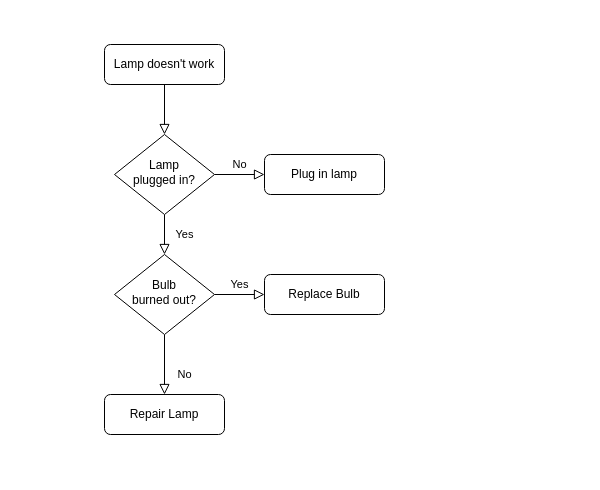
The draw.io diagram examples/Untitled Diagram.drawio in feistiny/c_study, before the edit. Source tidied: cells renumbered, new cells numbered last; positions are measured from the earlier drawing's top-left corner, leaving out a move shared by most shapes. Both pictures are drawn from the tidied source at 100%, with x=0, y=0 at pixel (104, 44).
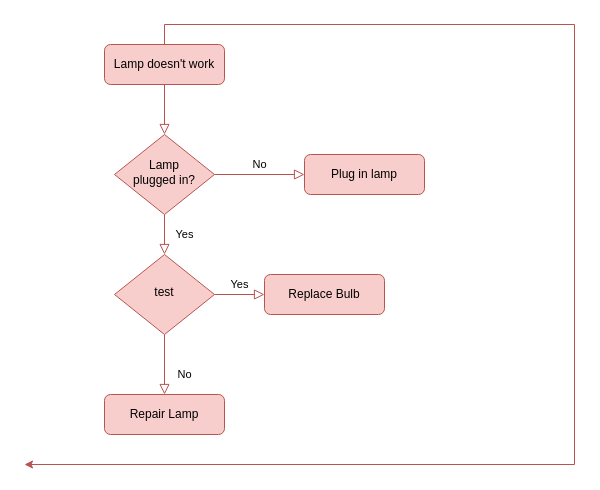
The same page after the edit.

Diff of the diagram source:
```diff
@@
 <mxGraphModel>
   <root>
     <mxCell id="0" />
     <mxCell id="1" parent="0" />
-    <mxCell id="2" style="rounded=0;html=1;jettySize=auto;fontSize=11;endArrow=block;endFill=0;endSize=8;strokeWidth=1;shadow=0;labelBackgroundColor=none;edgeStyle=orthogonalEdgeStyle;" parent="1" edge="1" source="3" target="6">
+    <mxCell id="2" style="rounded=0;html=1;jettySize=auto;fontSize=11;endArrow=block;endFill=0;endSize=8;strokeWidth=1;shadow=0;labelBackgroundColor=none;edgeStyle=orthogonalEdgeStyle;fillColor=#f8cecc;strokeColor=#b85450;" parent="1" edge="1" source="3" target="6">
       <mxGeometry relative="1" as="geometry" />
     </mxCell>
+    <mxCell id="13" style="edgeStyle=orthogonalEdgeStyle;rounded=0;jettySize=auto;html=1;exitX=0.5;exitY=0;exitDx=0;exitDy=0;fillColor=#f8cecc;strokeColor=#b85450;" parent="1" edge="1" source="3">
+      <mxGeometry relative="1" as="geometry">
+        <mxPoint x="-80" y="420" as="targetPoint" />
+        <Array as="points">
+          <mxPoint x="60" y="-20" />
+          <mxPoint x="470" y="-20" />
+          <mxPoint x="470" y="420" />
+        </Array>
+      </mxGeometry>
+    </mxCell>
-    <mxCell id="3" value="Lamp doesn't work" style="rounded=1;whiteSpace=wrap;html=1;fontSize=12;glass=0;strokeWidth=1;shadow=0;" parent="1" vertex="1">
+    <mxCell id="3" value="Lamp doesn't work" style="rounded=1;whiteSpace=wrap;html=1;fontSize=12;glass=0;strokeWidth=1;shadow=0;fillColor=#f8cecc;strokeColor=#b85450;" parent="1" vertex="1">
       <mxGeometry width="120" height="40" as="geometry" />
     </mxCell>
-    <mxCell id="4" value="Yes" style="rounded=0;html=1;jettySize=auto;fontSize=11;endArrow=block;endFill=0;endSize=8;strokeWidth=1;shadow=0;labelBackgroundColor=none;edgeStyle=orthogonalEdgeStyle;" parent="1" edge="1" source="6" target="10">
+    <mxCell id="4" value="Yes" style="rounded=0;html=1;jettySize=auto;fontSize=11;endArrow=block;endFill=0;endSize=8;strokeWidth=1;shadow=0;labelBackgroundColor=none;edgeStyle=orthogonalEdgeStyle;fillColor=#f8cecc;strokeColor=#b85450;" parent="1" edge="1" source="6" target="10">
       <mxGeometry y="20" relative="1" as="geometry" />
     </mxCell>
-    <mxCell id="5" value="No" style="edgeStyle=orthogonalEdgeStyle;rounded=0;html=1;jettySize=auto;fontSize=11;endArrow=block;endFill=0;endSize=8;strokeWidth=1;shadow=0;labelBackgroundColor=none;" parent="1" edge="1" source="6" target="7">
+    <mxCell id="5" value="No" style="edgeStyle=orthogonalEdgeStyle;rounded=0;html=1;jettySize=auto;fontSize=11;endArrow=block;endFill=0;endSize=8;strokeWidth=1;shadow=0;labelBackgroundColor=none;fillColor=#f8cecc;strokeColor=#b85450;" parent="1" edge="1" source="6" target="7">
       <mxGeometry y="10" relative="1" as="geometry" />
     </mxCell>
-    <mxCell id="6" value="Lamp&lt;br&gt;plugged in?" style="rhombus;whiteSpace=wrap;html=1;shadow=0;fontFamily=Helvetica;fontSize=12;align=center;strokeWidth=1;spacing=6;spacingTop=-4;" parent="1" vertex="1">
+    <mxCell id="6" value="Lamp&lt;br&gt;plugged in?" style="rhombus;whiteSpace=wrap;html=1;shadow=0;fontFamily=Helvetica;fontSize=12;align=center;strokeWidth=1;spacing=6;spacingTop=-4;fillColor=#f8cecc;strokeColor=#b85450;" parent="1" vertex="1">
       <mxGeometry x="10" y="90" width="100" height="80" as="geometry" />
     </mxCell>
-    <mxCell id="7" value="Plug in lamp" style="rounded=1;whiteSpace=wrap;html=1;fontSize=12;glass=0;strokeWidth=1;shadow=0;" parent="1" vertex="1">
-      <mxGeometry x="160" y="110" width="120" height="40" as="geometry" />
+    <mxCell id="7" value="Plug in lamp" style="rounded=1;whiteSpace=wrap;html=1;fontSize=12;glass=0;strokeWidth=1;shadow=0;fillColor=#f8cecc;strokeColor=#b85450;" parent="1" vertex="1">
+      <mxGeometry x="200" y="110" width="120" height="40" as="geometry" />
     </mxCell>
-    <mxCell id="8" value="No" style="rounded=0;html=1;jettySize=auto;fontSize=11;endArrow=block;endFill=0;endSize=8;strokeWidth=1;shadow=0;labelBackgroundColor=none;edgeStyle=orthogonalEdgeStyle;" parent="1" edge="1" source="10" target="11">
+    <mxCell id="8" value="No" style="rounded=0;html=1;jettySize=auto;fontSize=11;endArrow=block;endFill=0;endSize=8;strokeWidth=1;shadow=0;labelBackgroundColor=none;edgeStyle=orthogonalEdgeStyle;fillColor=#f8cecc;strokeColor=#b85450;" parent="1" edge="1" source="10" target="11">
       <mxGeometry x="0.33" y="20" relative="1" as="geometry" />
     </mxCell>
-    <mxCell id="9" value="Yes" style="edgeStyle=orthogonalEdgeStyle;rounded=0;html=1;jettySize=auto;fontSize=11;endArrow=block;endFill=0;endSize=8;strokeWidth=1;shadow=0;labelBackgroundColor=none;" parent="1" edge="1" source="10" target="12">
+    <mxCell id="9" value="Yes" style="edgeStyle=orthogonalEdgeStyle;rounded=0;html=1;jettySize=auto;fontSize=11;endArrow=block;endFill=0;endSize=8;strokeWidth=1;shadow=0;labelBackgroundColor=none;fillColor=#f8cecc;strokeColor=#b85450;" parent="1" edge="1" source="10" target="12">
       <mxGeometry y="10" relative="1" as="geometry" />
     </mxCell>
-    <mxCell id="10" value="Bulb&lt;br&gt;burned out?" style="rhombus;whiteSpace=wrap;html=1;shadow=0;fontFamily=Helvetica;fontSize=12;align=center;strokeWidth=1;spacing=6;spacingTop=-4;" parent="1" vertex="1">
+    <mxCell id="10" value="test" style="rhombus;whiteSpace=wrap;html=1;shadow=0;fontFamily=Helvetica;fontSize=12;align=center;strokeWidth=1;spacing=6;spacingTop=-4;fillColor=#f8cecc;strokeColor=#b85450;" parent="1" vertex="1">
       <mxGeometry x="10" y="210" width="100" height="80" as="geometry" />
     </mxCell>
-    <mxCell id="11" value="Repair Lamp" style="rounded=1;whiteSpace=wrap;html=1;fontSize=12;glass=0;strokeWidth=1;shadow=0;" parent="1" vertex="1">
+    <mxCell id="11" value="Repair Lamp" style="rounded=1;whiteSpace=wrap;html=1;fontSize=12;glass=0;strokeWidth=1;shadow=0;fillColor=#f8cecc;strokeColor=#b85450;" parent="1" vertex="1">
       <mxGeometry y="350" width="120" height="40" as="geometry" />
     </mxCell>
-    <mxCell id="12" value="Replace Bulb" style="rounded=1;whiteSpace=wrap;html=1;fontSize=12;glass=0;strokeWidth=1;shadow=0;" parent="1" vertex="1">
+    <mxCell id="12" value="Replace Bulb" style="rounded=1;whiteSpace=wrap;html=1;fontSize=12;glass=0;strokeWidth=1;shadow=0;fillColor=#f8cecc;strokeColor=#b85450;" parent="1" vertex="1">
       <mxGeometry x="160" y="230" width="120" height="40" as="geometry" />
     </mxCell>
   </root>
 </mxGraphModel>
```
